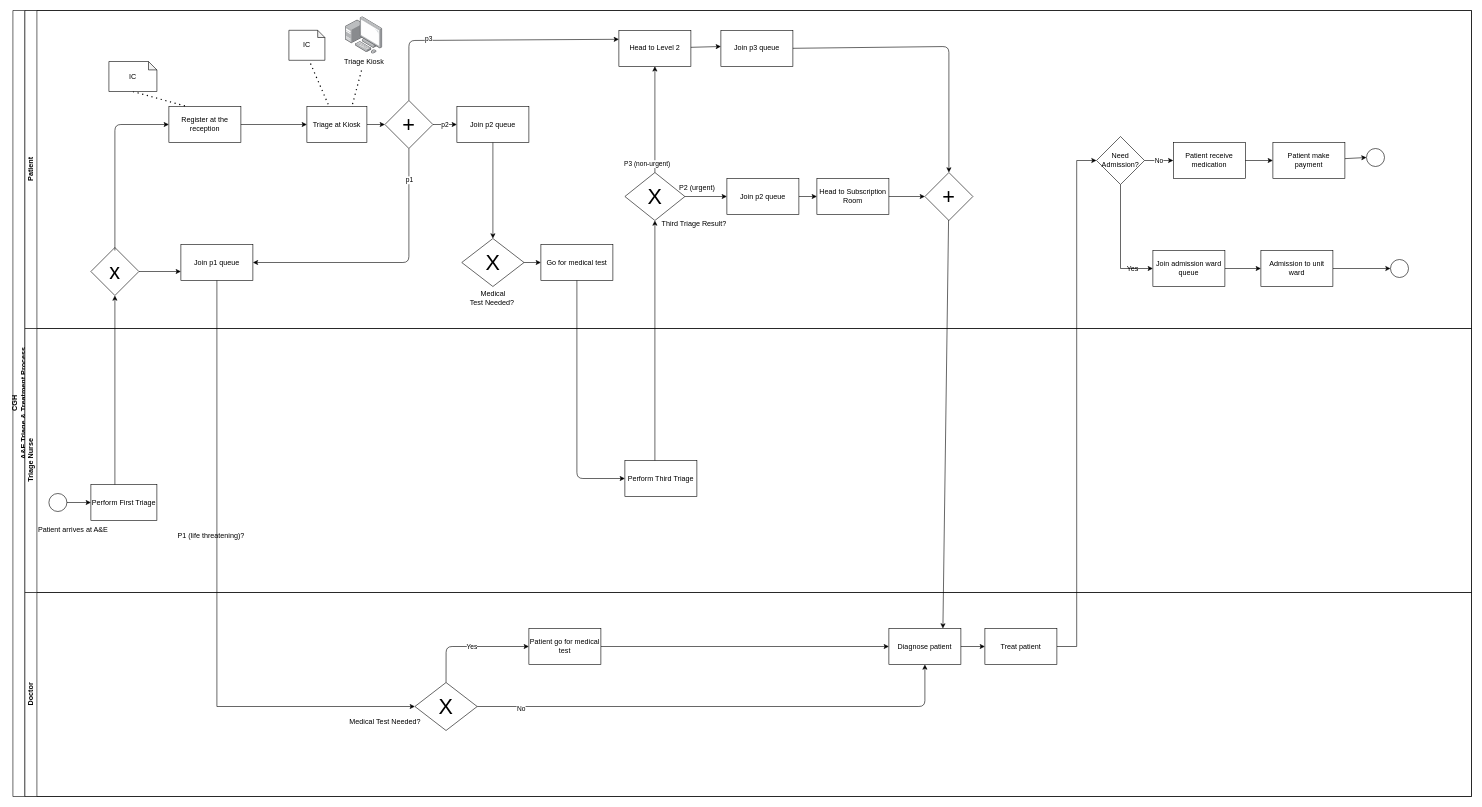
This is CGH TRIAGE PROCESS AS-IS.drawio from L1uM4rt1n/Huawei-Hackathon-2023-EYEdeate, a draw.io file, before an edit. Source tidied: cells renumbered, new cells numbered last; positions are measured from the earlier drawing's top-left corner, leaving out a move shared by most shapes. Both pictures are drawn from the tidied source at 60%, with x=0, y=0 at pixel (13, 10).
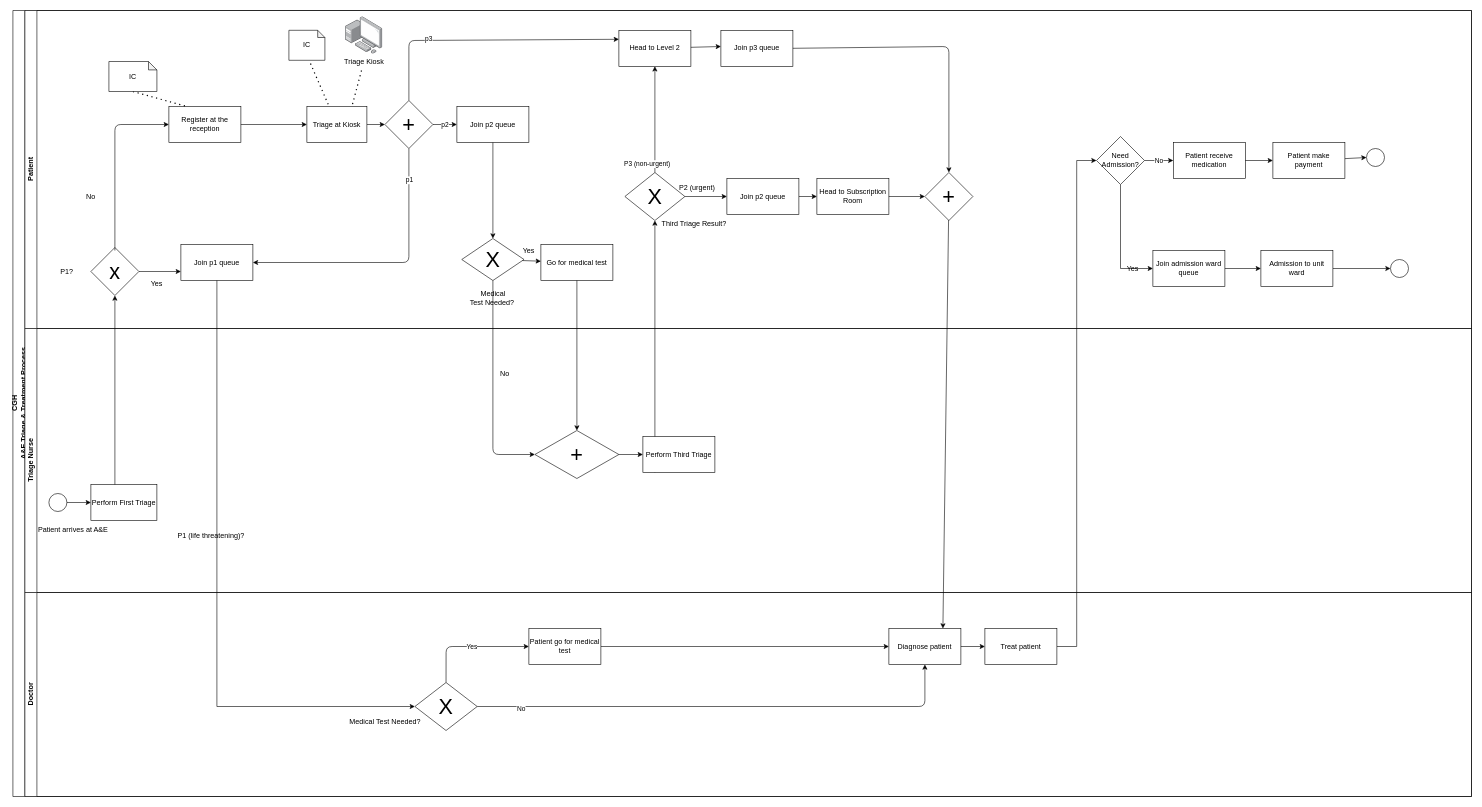
The same diagram, later.

Unchanged cells that the change refers to:
```xml
<mxCell id="2" value="CGH &lt;br&gt;A&amp;amp;E Triage &amp;amp; Treatment Process" style="swimlane;html=1;horizontal=0;startSize=20;" parent="1" vertex="1">
  <mxGeometry width="2431" height="1310" as="geometry" />
</mxCell>
<mxCell id="3" value="Patient" style="swimlane;html=1;startSize=20;horizontal=0;" parent="2" vertex="1">
  <mxGeometry x="20" width="2411" height="530" as="geometry" />
</mxCell>
<mxCell id="48" value="Go for medical test" style="whiteSpace=wrap;html=1;" parent="3" vertex="1">
  <mxGeometry x="860" y="390" width="120" height="60" as="geometry" />
</mxCell>
<mxCell id="64" value="Triage Nurse" style="swimlane;html=1;startSize=20;horizontal=0;" parent="2" vertex="1">
  <mxGeometry x="20" y="530" width="2411" height="440" as="geometry" />
</mxCell>
```

Change to the diagram source:
```diff
@@
     <mxCell id="46" value="&lt;span style=&quot;font-size: 36px;&quot;&gt;X&lt;/span&gt;" style="rhombus;whiteSpace=wrap;html=1;fontFamily=Helvetica;fontSize=12;fontColor=#000000;align=center;" parent="3" vertex="1">
-      <mxGeometry x="728.1" y="380" width="103.8" height="80" as="geometry" />
+      <mxGeometry x="728.1" y="380" width="103.8" height="70" as="geometry" />
     </mxCell>
@@
+    <mxCell id="87" value="P1?" style="text;strokeColor=none;align=center;fillColor=none;html=1;verticalAlign=middle;whiteSpace=wrap;rounded=0;" parent="3" vertex="1">
+      <mxGeometry x="40" y="420" width="60" height="30" as="geometry" />
+    </mxCell>
+    <mxCell id="88" value="No" style="text;strokeColor=none;align=center;fillColor=none;html=1;verticalAlign=middle;whiteSpace=wrap;rounded=0;" parent="3" vertex="1">
+      <mxGeometry x="80" y="295" width="60" height="30" as="geometry" />
+    </mxCell>
+    <mxCell id="89" value="Yes" style="text;strokeColor=none;align=center;fillColor=none;html=1;verticalAlign=middle;whiteSpace=wrap;rounded=0;" parent="3" vertex="1">
+      <mxGeometry x="190" y="440" width="60" height="30" as="geometry" />
+    </mxCell>
+    <mxCell id="90" value="Yes" style="text;strokeColor=none;align=center;fillColor=none;html=1;verticalAlign=middle;whiteSpace=wrap;rounded=0;" parent="3" vertex="1">
+      <mxGeometry x="810" y="385" width="60" height="30" as="geometry" />
+    </mxCell>
@@
     <mxCell id="70" value="Perform Third Triage" style="rounded=0;whiteSpace=wrap;html=1;" parent="64" vertex="1">
-      <mxGeometry x="1000" y="220" width="120" height="60" as="geometry" />
+      <mxGeometry x="1030" y="180" width="120" height="60" as="geometry" />
     </mxCell>
+    <mxCell id="91" style="edgeStyle=none;html=1;exitX=1;exitY=0.5;exitDx=0;exitDy=0;entryX=0;entryY=0.5;entryDx=0;entryDy=0;" parent="64" edge="1" source="92" target="70">
+      <mxGeometry relative="1" as="geometry" />
+    </mxCell>
+    <mxCell id="92" value="&lt;span style=&quot;font-size: 36px;&quot;&gt;+&lt;/span&gt;" style="rhombus;whiteSpace=wrap;html=1;" parent="64" vertex="1">
+      <mxGeometry x="850" y="170" width="140" height="80" as="geometry" />
+    </mxCell>
+    <mxCell id="93" value="No" style="text;strokeColor=none;align=center;fillColor=none;html=1;verticalAlign=middle;whiteSpace=wrap;rounded=0;" parent="64" vertex="1">
+      <mxGeometry x="770" y="60" width="60" height="30" as="geometry" />
+    </mxCell>
@@
-    <mxCell id="84" style="edgeStyle=none;html=1;entryX=0;entryY=0.5;entryDx=0;entryDy=0;" parent="2" edge="1" source="48" target="70">
+    <mxCell id="84" style="edgeStyle=none;html=1;" parent="2" edge="1" source="48">
       <mxGeometry relative="1" as="geometry">
-        <Array as="points">
-          <mxPoint x="940" y="780" />
-        </Array>
+        <mxPoint x="940" y="700" as="targetPoint" />
       </mxGeometry>
     </mxCell>
+    <mxCell id="94" style="edgeStyle=none;html=1;exitX=0.5;exitY=1;exitDx=0;exitDy=0;" parent="2" edge="1" source="46">
+      <mxGeometry relative="1" as="geometry">
+        <mxPoint x="870" y="740" as="targetPoint" />
+        <Array as="points">
+          <mxPoint x="800" y="740" />
+        </Array>
+      </mxGeometry>
+    </mxCell>
```
